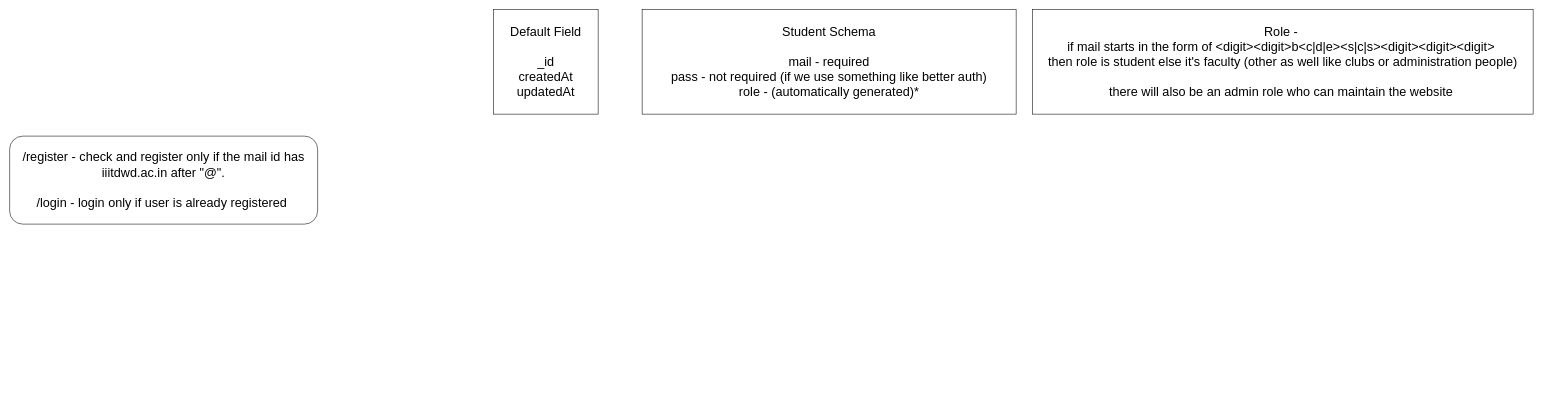
The draw.io diagram LearnIT.drawio in MishraShardendu22/LearnIT, before the edit. Source tidied: cells renumbered, new cells numbered last; positions are measured from the earlier drawing's top-left corner, leaving out a move shared by most shapes. Both pictures are drawn from the tidied source at 55%, with x=0, y=0 at pixel (9, 9).
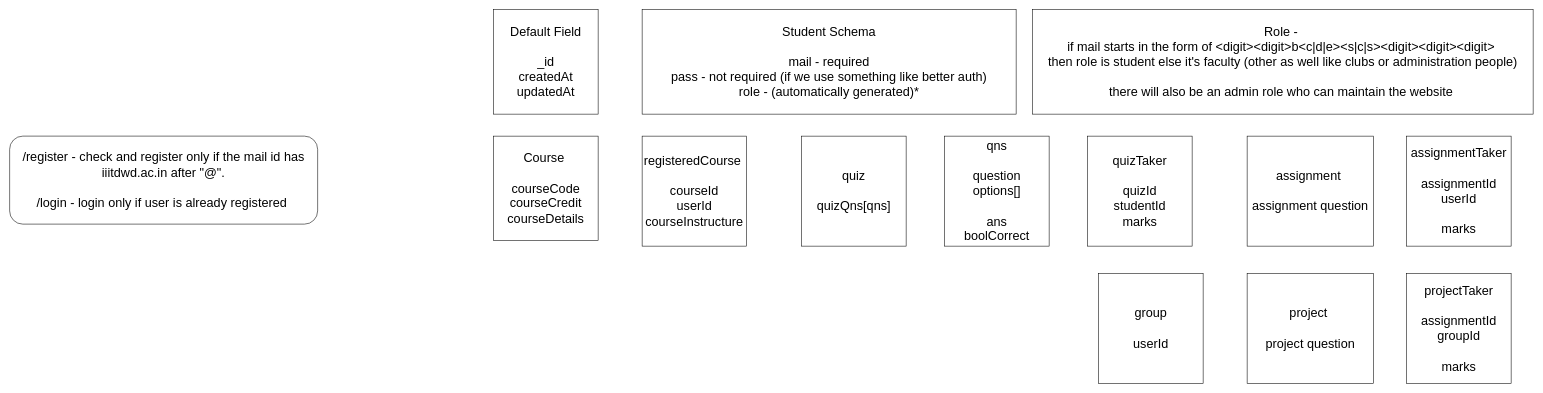
After the change.

Change to the diagram source:
```diff
@@
 <mxGraphModel>
   <root>
     <mxCell id="0" />
     <mxCell id="1" parent="0" />
     <mxCell id="2" value="/register - check and register only if the mail id has iiitdwd.ac.in after &quot;@&quot;.&lt;div&gt;&lt;br&gt;&lt;div&gt;/login - login only if user is already registered&amp;nbsp;&lt;/div&gt;&lt;/div&gt;" style="rounded=1;whiteSpace=wrap;html=1;align=center;fontSize=23;" parent="1" vertex="1">
       <mxGeometry y="230" width="560" height="160" as="geometry" />
     </mxCell>
     <mxCell id="3" value="&lt;div&gt;Default Field&lt;/div&gt;&lt;div&gt;&lt;br&gt;&lt;/div&gt;&lt;div&gt;_id&lt;/div&gt;&lt;div&gt;createdAt&lt;/div&gt;&lt;div&gt;updatedAt&lt;/div&gt;" style="rounded=0;whiteSpace=wrap;html=1;fontSize=23;" parent="1" vertex="1">
       <mxGeometry x="880" width="190" height="190" as="geometry" />
     </mxCell>
     <mxCell id="4" value="&lt;div&gt;Student Schema&lt;/div&gt;&lt;div&gt;&lt;br&gt;&lt;/div&gt;&lt;div&gt;mail - required&lt;/div&gt;&lt;div&gt;pass - not required (if we use something like better auth)&lt;/div&gt;&lt;div&gt;role - (automatically generated)*&lt;/div&gt;" style="rounded=0;whiteSpace=wrap;html=1;fontSize=23;" parent="1" vertex="1">
       <mxGeometry x="1150" width="680" height="190" as="geometry" />
     </mxCell>
     <mxCell id="5" value="&lt;div&gt;Role -&amp;nbsp;&lt;br&gt;if mail starts in the form of&amp;nbsp;&lt;span style=&quot;background-color: transparent;&quot;&gt;&amp;lt;digit&amp;gt;&amp;lt;digit&amp;gt;b&amp;lt;c|d|e&amp;gt;&amp;lt;s|c|s&amp;gt;&amp;lt;digit&amp;gt;&amp;lt;digit&amp;gt;&amp;lt;digit&amp;gt;&lt;/span&gt;&lt;span style=&quot;background-color: transparent; color: light-dark(rgb(0, 0, 0), rgb(255, 255, 255));&quot;&gt;&amp;nbsp;&lt;/span&gt;&lt;/div&gt;&lt;div&gt;&lt;span style=&quot;background-color: transparent; color: light-dark(rgb(0, 0, 0), rgb(255, 255, 255));&quot;&gt;then role is student else it's faculty (other as well like clubs or administration people)&lt;/span&gt;&lt;/div&gt;&lt;div&gt;&lt;span style=&quot;background-color: transparent; color: light-dark(rgb(0, 0, 0), rgb(255, 255, 255));&quot;&gt;&lt;br&gt;&lt;/span&gt;&lt;/div&gt;&lt;div&gt;&lt;span style=&quot;background-color: transparent; color: light-dark(rgb(0, 0, 0), rgb(255, 255, 255));&quot;&gt;there will also be an admin role who can maintain the website&amp;nbsp;&lt;/span&gt;&lt;/div&gt;" style="rounded=0;whiteSpace=wrap;html=1;fontSize=23;" parent="1" vertex="1">
       <mxGeometry x="1860" width="910" height="190" as="geometry" />
     </mxCell>
+    <mxCell id="6" value="&lt;div&gt;Course&amp;nbsp;&lt;/div&gt;&lt;div&gt;&lt;br&gt;&lt;/div&gt;&lt;div&gt;courseCode&lt;/div&gt;&lt;div&gt;courseCredit&lt;/div&gt;&lt;div&gt;courseDetails&lt;/div&gt;" style="rounded=0;whiteSpace=wrap;html=1;fontSize=23;" parent="1" vertex="1">
+      <mxGeometry x="880" y="230" width="190" height="190" as="geometry" />
+    </mxCell>
+    <mxCell id="7" value="&lt;div&gt;registeredCourse&amp;nbsp;&lt;/div&gt;&lt;div&gt;&lt;br&gt;&lt;/div&gt;&lt;div&gt;courseId&lt;/div&gt;&lt;div&gt;userId&lt;/div&gt;&lt;div&gt;courseInstructure&lt;/div&gt;" style="rounded=0;whiteSpace=wrap;html=1;fontSize=23;" parent="1" vertex="1">
+      <mxGeometry x="1150" y="230" width="190" height="200" as="geometry" />
+    </mxCell>
+    <mxCell id="8" value="&lt;div&gt;quiz&lt;/div&gt;&lt;div&gt;&lt;br&gt;&lt;/div&gt;&lt;div&gt;quizQns[qns]&lt;/div&gt;" style="rounded=0;whiteSpace=wrap;html=1;fontSize=23;" parent="1" vertex="1">
+      <mxGeometry x="1440" y="230" width="190" height="200" as="geometry" />
+    </mxCell>
+    <mxCell id="9" value="&lt;div&gt;qns&lt;/div&gt;&lt;div&gt;&lt;br&gt;&lt;/div&gt;&lt;div&gt;question&lt;/div&gt;&lt;div&gt;options[]&lt;/div&gt;&lt;div&gt;&lt;br&gt;&lt;/div&gt;&lt;div&gt;ans&lt;/div&gt;&lt;div&gt;boolCorrect&lt;/div&gt;" style="rounded=0;whiteSpace=wrap;html=1;fontSize=23;" parent="1" vertex="1">
+      <mxGeometry x="1700" y="230" width="190" height="200" as="geometry" />
+    </mxCell>
+    <mxCell id="10" value="&lt;div&gt;quizTaker&lt;/div&gt;&lt;div&gt;&lt;br&gt;&lt;/div&gt;&lt;div&gt;quizId&lt;/div&gt;&lt;div&gt;studentId&lt;/div&gt;&lt;div&gt;marks&lt;/div&gt;" style="rounded=0;whiteSpace=wrap;html=1;fontSize=23;" parent="1" vertex="1">
+      <mxGeometry x="1960" y="230" width="190" height="200" as="geometry" />
+    </mxCell>
+    <mxCell id="11" value="&lt;div&gt;assignment&amp;nbsp;&lt;/div&gt;&lt;div&gt;&lt;br&gt;&lt;/div&gt;&lt;div&gt;assignment question&lt;/div&gt;" style="rounded=0;whiteSpace=wrap;html=1;fontSize=23;" parent="1" vertex="1">
+      <mxGeometry x="2250" y="230" width="230" height="200" as="geometry" />
+    </mxCell>
+    <mxCell id="12" value="&lt;div&gt;assignmentTaker&lt;/div&gt;&lt;div&gt;&lt;br&gt;&lt;/div&gt;&lt;div&gt;assignmentId&lt;/div&gt;&lt;div&gt;userId&lt;/div&gt;&lt;div&gt;&lt;br&gt;&lt;/div&gt;&lt;div&gt;marks&lt;/div&gt;" style="rounded=0;whiteSpace=wrap;html=1;fontSize=23;" parent="1" vertex="1">
+      <mxGeometry x="2540" y="230" width="190" height="200" as="geometry" />
+    </mxCell>
+    <mxCell id="13" value="&lt;div&gt;project&amp;nbsp;&lt;/div&gt;&lt;div&gt;&lt;br&gt;&lt;/div&gt;&lt;div&gt;project question&lt;/div&gt;" style="rounded=0;whiteSpace=wrap;html=1;fontSize=23;" parent="1" vertex="1">
+      <mxGeometry x="2250" y="480" width="230" height="200" as="geometry" />
+    </mxCell>
+    <mxCell id="14" value="&lt;div&gt;projectTaker&lt;/div&gt;&lt;div&gt;&lt;br&gt;&lt;/div&gt;&lt;div&gt;assignmentId&lt;/div&gt;&lt;div&gt;groupId&lt;/div&gt;&lt;div&gt;&lt;br&gt;&lt;/div&gt;&lt;div&gt;marks&lt;/div&gt;" style="rounded=0;whiteSpace=wrap;html=1;fontSize=23;" parent="1" vertex="1">
+      <mxGeometry x="2540" y="480" width="190" height="200" as="geometry" />
+    </mxCell>
+    <mxCell id="15" value="group&lt;div&gt;&lt;br&gt;&lt;/div&gt;&lt;div&gt;userId&lt;/div&gt;" style="rounded=0;whiteSpace=wrap;html=1;fontSize=23;" parent="1" vertex="1">
+      <mxGeometry x="1980" y="480" width="190" height="200" as="geometry" />
+    </mxCell>
   </root>
 </mxGraphModel>
```
